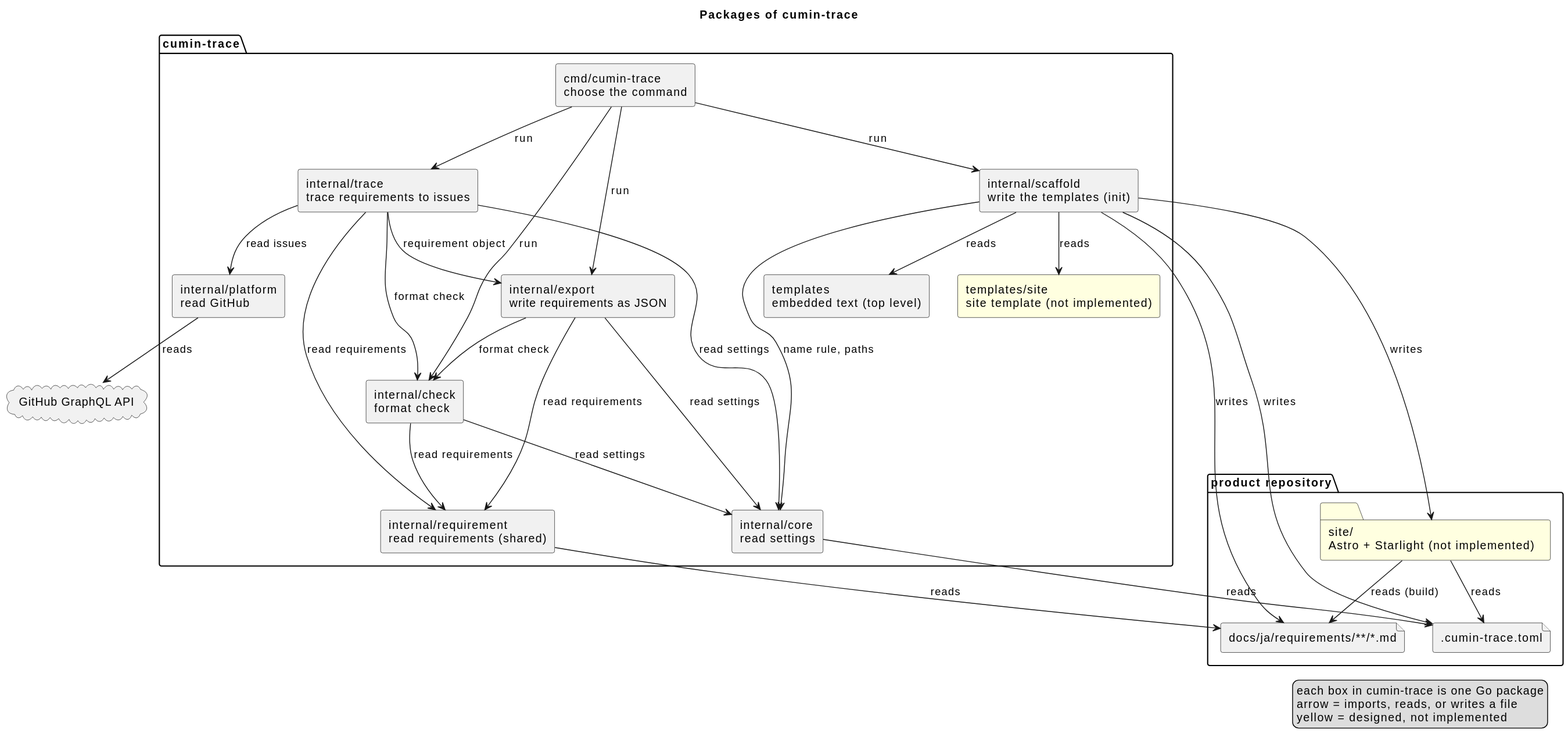
This is docs/ja/architecture/overview.svg from cloveclovedev/cumin-trace, a PlantUML export, as it was before one commit.
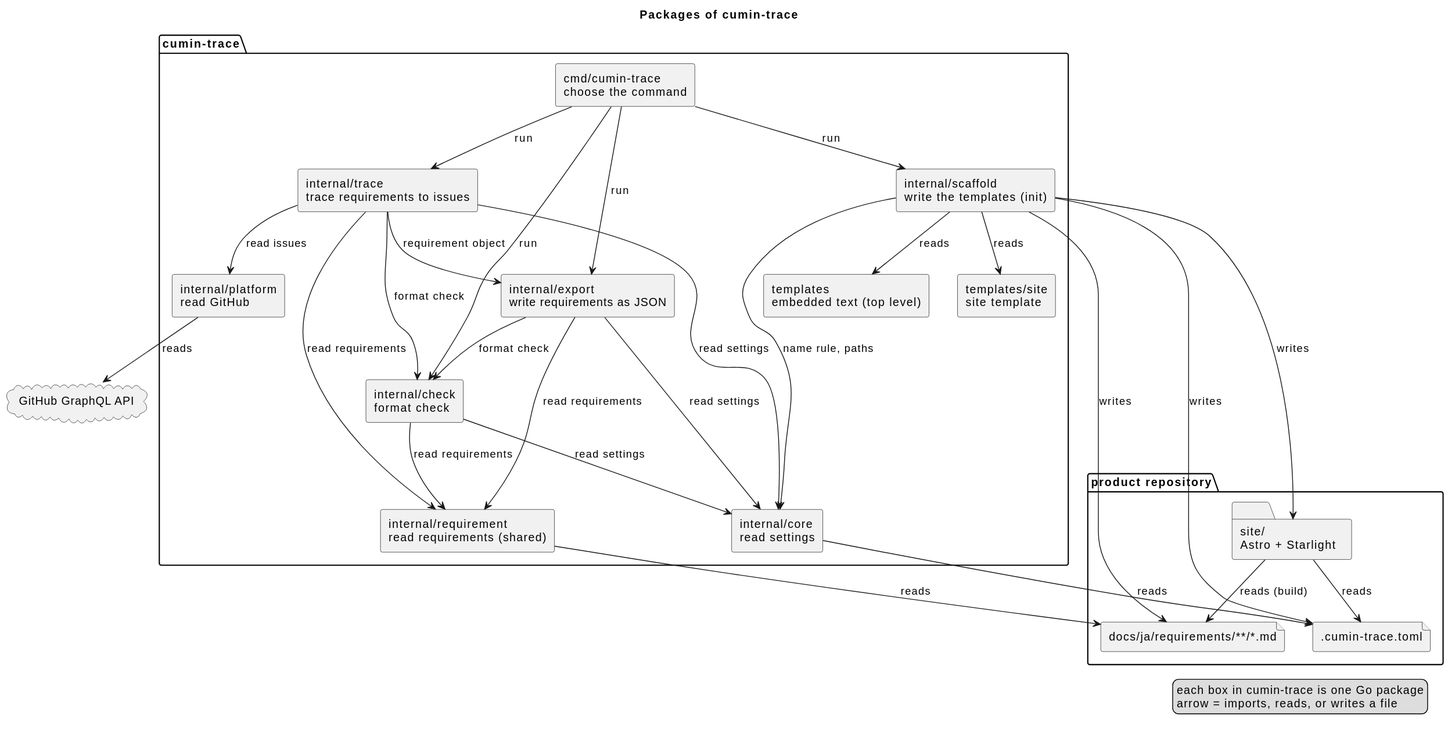
After the change.

Commit message:
chore(site): tidy the README, the architecture diagram, and the site tests (#127)

The edit, as a diff of the source:
```diff
@@ -6,7 +6,7 @@
 package "product repository" {
   file ".cumin-trace.toml" as toml
   file "docs/ja/requirements/**/*.md" as docs
-  folder "site/\nAstro + Starlight (not implemented)" as site #LightYellow
+  folder "site/\nAstro + Starlight" as site
 }
 
 package "cumin-trace" {
@@ -17,7 +17,7 @@
   [internal/export\nwrite requirements as JSON] as export
   [internal/scaffold\nwrite the templates (init)] as scaffold
   [templates\nembedded text (top level)] as templates
-  [templates/site\nsite template (not implemented)] as tsite #LightYellow
+  [templates/site\nsite template] as tsite
   [internal/trace\ntrace requirements to issues] as trace
   [internal/platform\nread GitHub] as platform
 }
@@ -53,6 +53,5 @@
 legend right
   each box in cumin-trace is one Go package
   arrow = imports, reads, or writes a file
-  yellow = designed, not implemented
 endlegend
 @enduml
```
